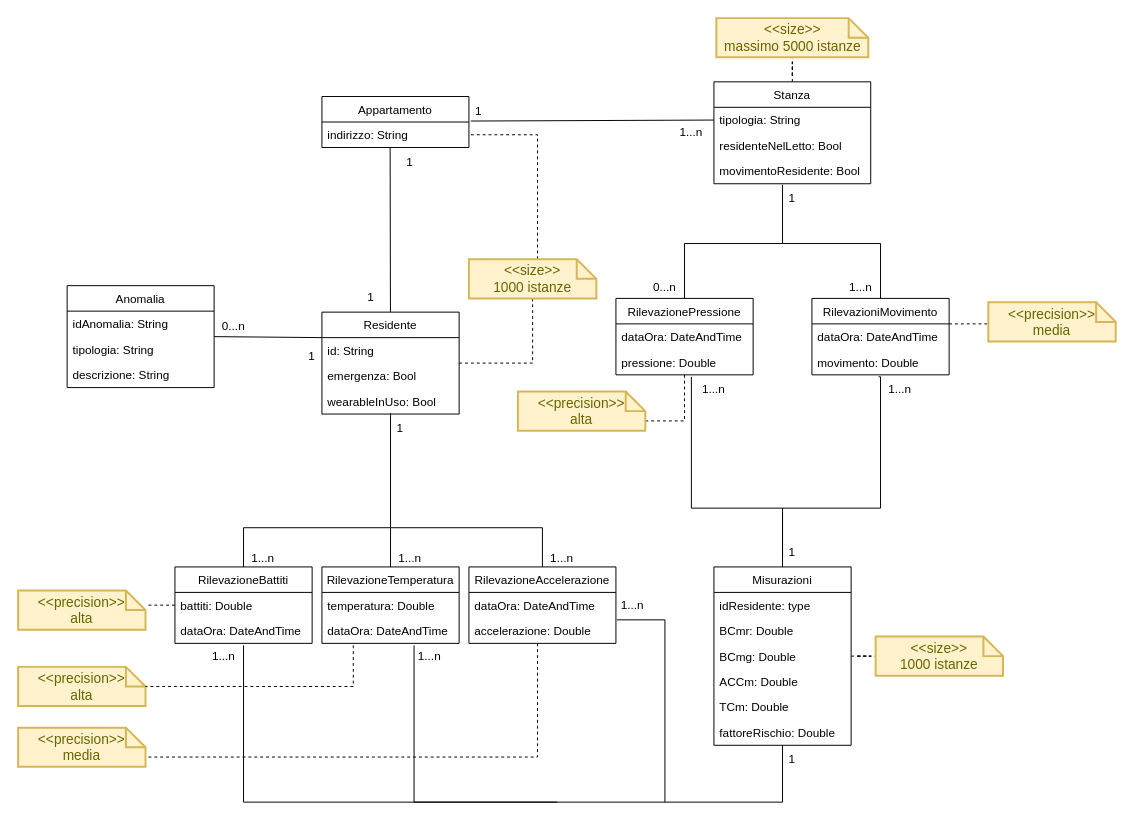
Above: Progetto/Modello_Dati/ModelloDati.drawio in Wonderjack996/unimib-software-architecture (draw.io), before the change. Source tidied: cells renumbered, new cells numbered last; positions are measured from the earlier drawing's top-left corner, leaving out a move shared by most shapes. Both pictures are drawn from the tidied source at 98%, with x=0, y=0 at pixel (18, 18).
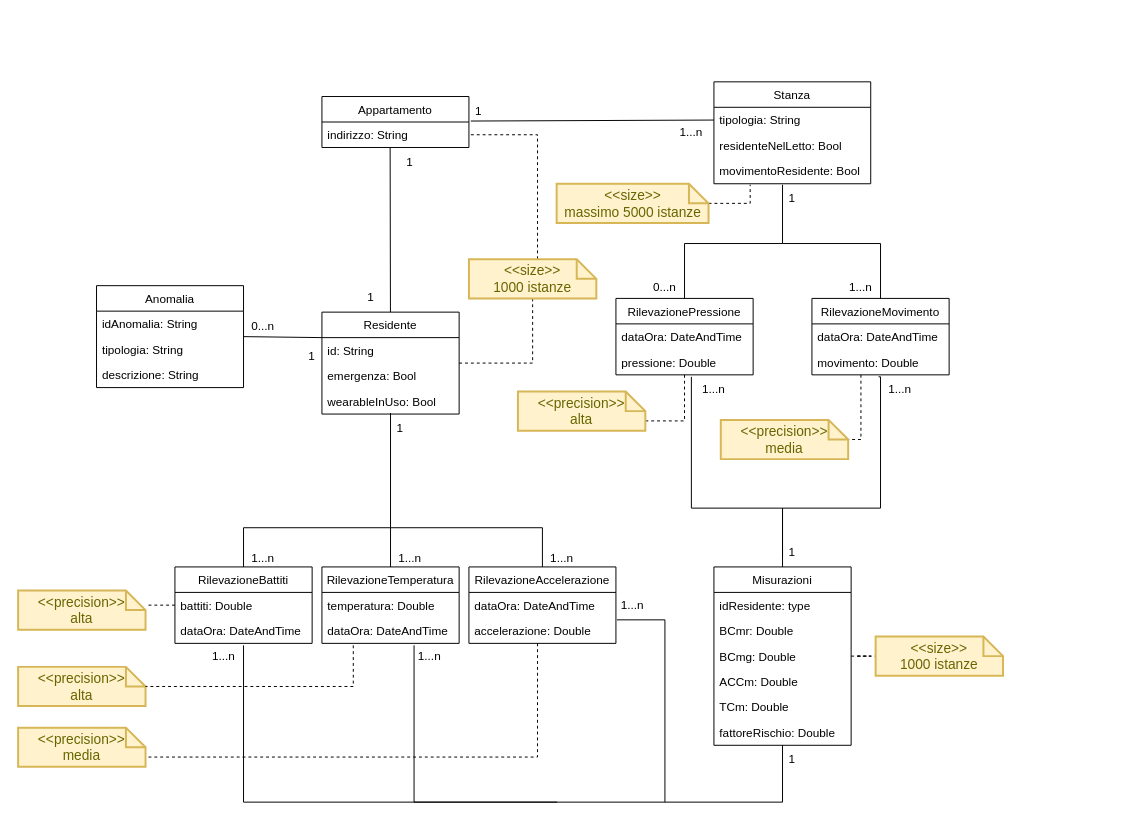
The same page after the edit.

Unchanged cells that the change refers to:
```xml
<mxCell id="5" value="Stanza" style="swimlane;fontStyle=0;horizontal=1;startSize=26;fillColor=none;" parent="1" vertex="1">
  <mxGeometry x="710" y="65" width="160" height="104" as="geometry" />
</mxCell>
<mxCell id="8" value="movimentoResidente: Bool" style="text;strokeColor=none;fillColor=none;align=left;verticalAlign=top;spacingLeft=4;spacingRight=4;overflow=hidden;points=[[0,0.5],[1,0.5]];portConstraint=eastwest;" parent="5" vertex="1">
  <mxGeometry y="78" width="160" height="26" as="geometry" />
</mxCell>
```

Change to the diagram source:
```diff
@@
-    <mxCell id="4" style="edgeStyle=orthogonalEdgeStyle;rounded=0;jettySize=auto;html=1;entryX=0.5;entryY=1;entryDx=0;entryDy=0;entryPerimeter=0;dashed=1;endArrow=none;endFill=0;" parent="1" edge="1" source="5" target="25">
-      <mxGeometry relative="1" as="geometry" />
-    </mxCell>
@@
+    <mxCell id="88" style="edgeStyle=orthogonalEdgeStyle;rounded=0;jettySize=auto;html=1;entryX=0.231;entryY=1.038;entryDx=0;entryDy=0;entryPerimeter=0;endArrow=none;endFill=0;dashed=1;" parent="1" edge="1" source="25" target="8">
+      <mxGeometry relative="1" as="geometry" />
+    </mxCell>
     <mxCell id="25" value="&amp;lt;&amp;lt;size&amp;gt;&amp;gt;&lt;br&gt;massimo 5000 istanze" style="shape=note;strokeWidth=2;fontSize=14;size=20;whiteSpace=wrap;html=1;fillColor=#fff2cc;strokeColor=#d6b656;fontColor=#666600;" parent="1" vertex="1">
-      <mxGeometry x="712.5" width="155" height="40" as="geometry" />
+      <mxGeometry x="549.5" y="169" width="155" height="40" as="geometry" />
     </mxCell>
@@
     <mxCell id="30" style="edgeStyle=orthogonalEdgeStyle;rounded=0;jettySize=auto;html=1;entryX=0;entryY=0.5;entryDx=0;entryDy=0;entryPerimeter=0;endArrow=none;endFill=0;dashed=1;" parent="1" edge="1" source="31" target="49">
       <mxGeometry relative="1" as="geometry">
         <Array as="points">
-          <mxPoint x="1000" y="312" />
+          <mxPoint x="860" y="430" />
         </Array>
       </mxGeometry>
     </mxCell>
-    <mxCell id="31" value="RilevazioniMovimento" style="swimlane;fontStyle=0;horizontal=1;startSize=26;fillColor=none;" parent="1" vertex="1">
+    <mxCell id="31" value="RilevazioneMovimento" style="swimlane;fontStyle=0;horizontal=1;startSize=26;fillColor=none;" parent="1" vertex="1">
       <mxGeometry x="810" y="286" width="140" height="78" as="geometry" />
     </mxCell>
@@
     <mxCell id="49" value="&amp;lt;&amp;lt;precision&amp;gt;&amp;gt;&lt;br&gt;media" style="shape=note;strokeWidth=2;fontSize=14;size=20;whiteSpace=wrap;html=1;fillColor=#fff2cc;strokeColor=#d6b656;fontColor=#666600;" parent="1" vertex="1">
-      <mxGeometry x="990" y="290" width="130" height="40" as="geometry" />
+      <mxGeometry x="717" y="410" width="130" height="40" as="geometry" />
     </mxCell>
@@
     <mxCell id="81" value="Anomalia" style="swimlane;fontStyle=0;horizontal=1;startSize=26;fillColor=none;" parent="1" vertex="1">
-      <mxGeometry x="50" y="273" width="150" height="104" as="geometry" />
+      <mxGeometry x="80" y="273" width="150" height="104" as="geometry" />
     </mxCell>
@@
     <mxCell id="86" value="0...n" style="text;html=1;strokeColor=none;fillColor=none;align=center;verticalAlign=middle;whiteSpace=wrap;rounded=0;" parent="1" vertex="1">
-      <mxGeometry x="190" y="300" width="60" height="30" as="geometry" />
+      <mxGeometry x="220" y="300" width="60" height="30" as="geometry" />
     </mxCell>
```
